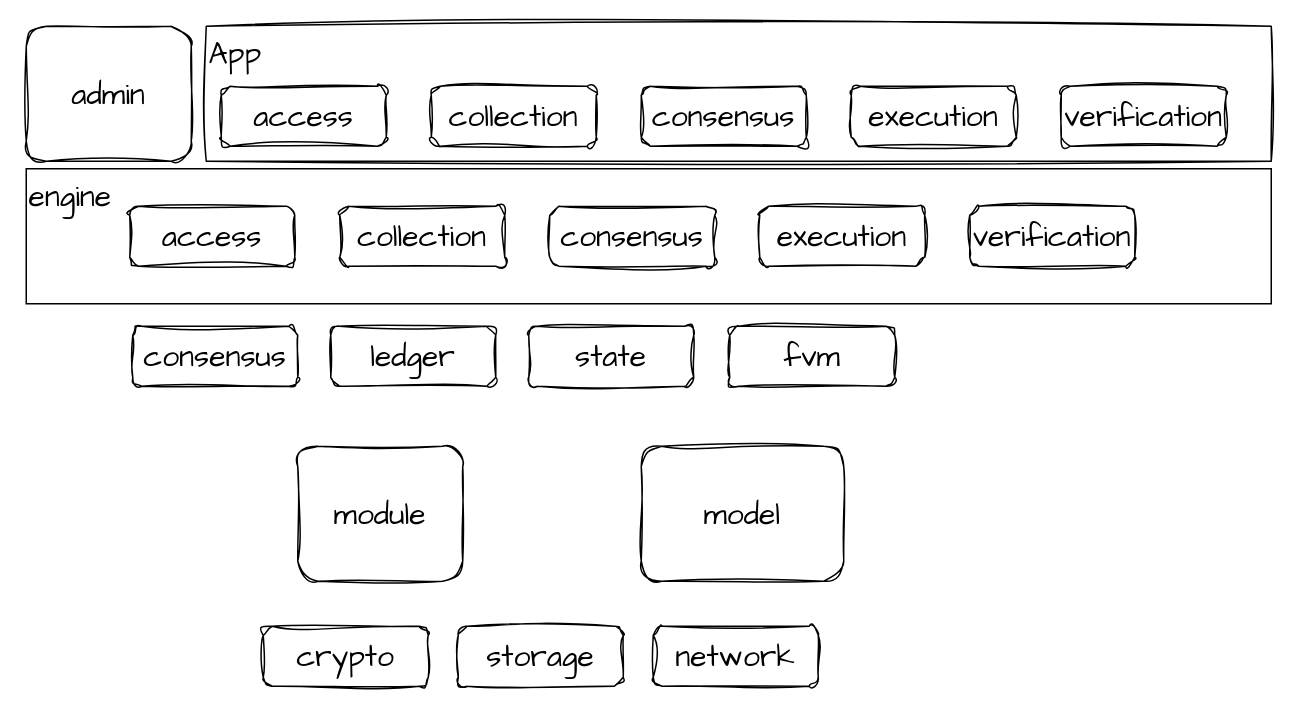
This is flow.drawio from shiqinfeng1/go-playground, a draw.io file, before an edit. Source tidied: cells renumbered, new cells numbered last; positions are measured from the earlier drawing's top-left corner, leaving out a move shared by most shapes. Both pictures are drawn from the tidied source at 150%, with x=0, y=0 at pixel (26, 26).
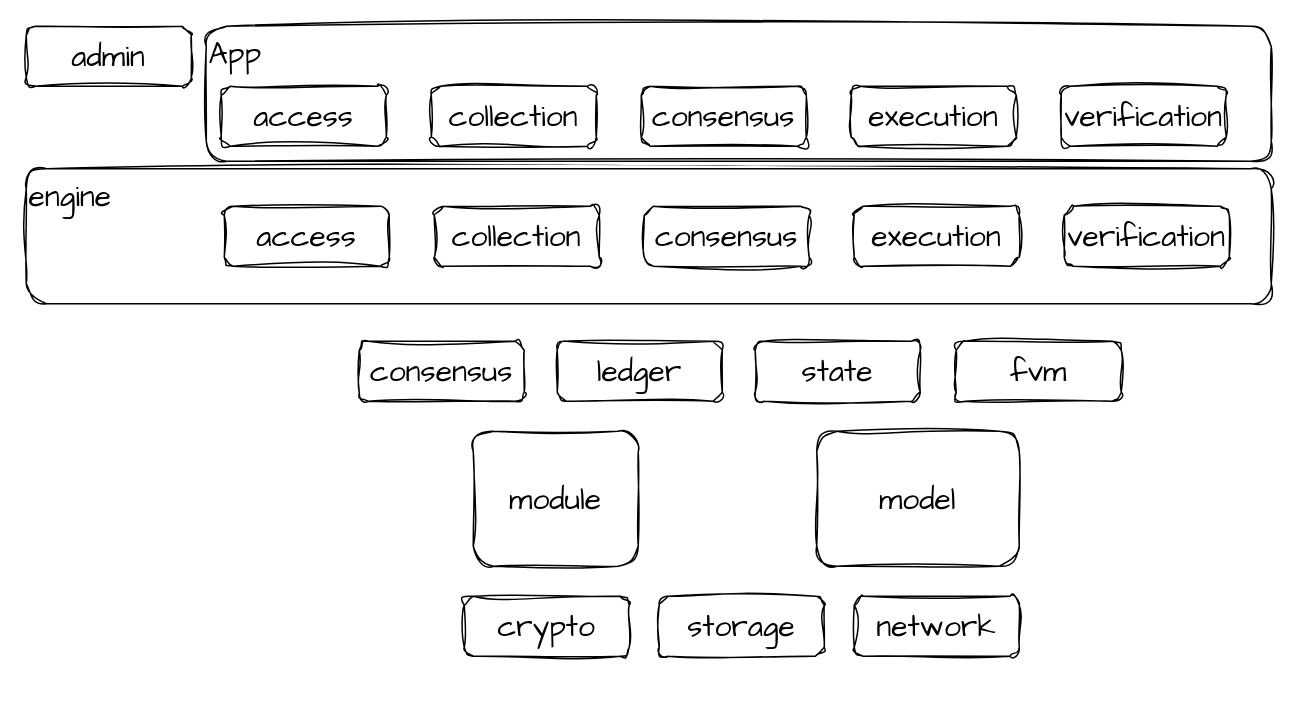
After the change.

Diff of the diagram source:
```diff
@@
-    <mxCell id="2" value="engine" style="rounded=0;whiteSpace=wrap;html=1;hachureGap=4;fontFamily=Architects Daughter;fontSize=20;align=left;verticalAlign=top;" parent="1" vertex="1">
+    <mxCell id="2" value="engine" style="rounded=1;whiteSpace=wrap;html=1;hachureGap=4;fontFamily=Architects Daughter;fontSize=20;align=left;verticalAlign=top;sketch=1;curveFitting=1;jiggle=2;" parent="1" vertex="1">
       <mxGeometry y="95" width="830" height="90" as="geometry" />
     </mxCell>
     <mxCell id="3" value="consensus" style="rounded=1;whiteSpace=wrap;html=1;sketch=1;hachureGap=4;jiggle=2;curveFitting=1;fontFamily=Architects Daughter;fontSize=20;" parent="1" vertex="1">
-      <mxGeometry x="71" y="200" width="110" height="40" as="geometry" />
+      <mxGeometry x="222" y="210" width="110" height="40" as="geometry" />
     </mxCell>
     <mxCell id="4" value="ledger" style="rounded=1;whiteSpace=wrap;html=1;sketch=1;hachureGap=4;jiggle=2;curveFitting=1;fontFamily=Architects Daughter;fontSize=20;" parent="1" vertex="1">
-      <mxGeometry x="203" y="200" width="110" height="40" as="geometry" />
+      <mxGeometry x="354" y="210" width="110" height="40" as="geometry" />
     </mxCell>
     <mxCell id="5" value="state" style="rounded=1;whiteSpace=wrap;html=1;sketch=1;hachureGap=4;jiggle=2;curveFitting=1;fontFamily=Architects Daughter;fontSize=20;" parent="1" vertex="1">
-      <mxGeometry x="335" y="200" width="110" height="40" as="geometry" />
+      <mxGeometry x="486" y="210" width="110" height="40" as="geometry" />
     </mxCell>
     <mxCell id="6" value="crypto" style="rounded=1;whiteSpace=wrap;html=1;sketch=1;hachureGap=4;jiggle=2;curveFitting=1;fontFamily=Architects Daughter;fontSize=20;" parent="1" vertex="1">
-      <mxGeometry x="158" y="400" width="110" height="40" as="geometry" />
+      <mxGeometry x="292" y="380" width="110" height="40" as="geometry" />
     </mxCell>
     <mxCell id="7" value="storage" style="rounded=1;whiteSpace=wrap;html=1;sketch=1;hachureGap=4;jiggle=2;curveFitting=1;fontFamily=Architects Daughter;fontSize=20;" parent="1" vertex="1">
-      <mxGeometry x="288" y="400" width="110" height="40" as="geometry" />
+      <mxGeometry x="422" y="380" width="110" height="40" as="geometry" />
     </mxCell>
     <mxCell id="8" value="network" style="rounded=1;whiteSpace=wrap;html=1;sketch=1;hachureGap=4;jiggle=2;curveFitting=1;fontFamily=Architects Daughter;fontSize=20;" parent="1" vertex="1">
-      <mxGeometry x="418" y="400" width="110" height="40" as="geometry" />
+      <mxGeometry x="552" y="380" width="110" height="40" as="geometry" />
     </mxCell>
     <mxCell id="9" value="fvm" style="rounded=1;whiteSpace=wrap;html=1;sketch=1;hachureGap=4;jiggle=2;curveFitting=1;fontFamily=Architects Daughter;fontSize=20;" parent="1" vertex="1">
-      <mxGeometry x="469" y="200" width="110" height="40" as="geometry" />
+      <mxGeometry x="620" y="210" width="110" height="40" as="geometry" />
     </mxCell>
     <mxCell id="10" value="access" style="rounded=1;whiteSpace=wrap;html=1;sketch=1;hachureGap=4;jiggle=2;curveFitting=1;fontFamily=Architects Daughter;fontSize=20;" parent="1" vertex="1">
-      <mxGeometry x="69" y="120" width="110" height="40" as="geometry" />
+      <mxGeometry x="132" y="120" width="110" height="40" as="geometry" />
     </mxCell>
     <mxCell id="11" value="collection" style="rounded=1;whiteSpace=wrap;html=1;sketch=1;hachureGap=4;jiggle=2;curveFitting=1;fontFamily=Architects Daughter;fontSize=20;" parent="1" vertex="1">
-      <mxGeometry x="209" y="120" width="110" height="40" as="geometry" />
+      <mxGeometry x="272" y="120" width="110" height="40" as="geometry" />
     </mxCell>
     <mxCell id="12" value="consensus" style="rounded=1;whiteSpace=wrap;html=1;sketch=1;hachureGap=4;jiggle=2;curveFitting=1;fontFamily=Architects Daughter;fontSize=20;" parent="1" vertex="1">
-      <mxGeometry x="349" y="120" width="110" height="40" as="geometry" />
+      <mxGeometry x="412" y="120" width="110" height="40" as="geometry" />
     </mxCell>
     <mxCell id="13" value="execution" style="rounded=1;whiteSpace=wrap;html=1;sketch=1;hachureGap=4;jiggle=2;curveFitting=1;fontFamily=Architects Daughter;fontSize=20;" parent="1" vertex="1">
-      <mxGeometry x="489" y="120" width="110" height="40" as="geometry" />
+      <mxGeometry x="552" y="120" width="110" height="40" as="geometry" />
     </mxCell>
     <mxCell id="14" value="verification" style="rounded=1;whiteSpace=wrap;html=1;sketch=1;hachureGap=4;jiggle=2;curveFitting=1;fontFamily=Architects Daughter;fontSize=20;" parent="1" vertex="1">
-      <mxGeometry x="629" y="120" width="110" height="40" as="geometry" />
+      <mxGeometry x="692" y="120" width="110" height="40" as="geometry" />
     </mxCell>
     <mxCell id="15" value="model" style="rounded=1;whiteSpace=wrap;html=1;sketch=1;hachureGap=4;jiggle=2;curveFitting=1;fontFamily=Architects Daughter;fontSize=20;" parent="1" vertex="1">
-      <mxGeometry x="410" y="280" width="135" height="90" as="geometry" />
+      <mxGeometry x="527" y="270" width="135" height="90" as="geometry" />
     </mxCell>
     <mxCell id="16" value="module" style="rounded=1;whiteSpace=wrap;html=1;sketch=1;hachureGap=4;jiggle=2;curveFitting=1;fontFamily=Architects Daughter;fontSize=20;align=center;verticalAlign=middle;" parent="1" vertex="1">
-      <mxGeometry x="181" y="280" width="110" height="90" as="geometry" />
+      <mxGeometry x="298" y="270" width="110" height="90" as="geometry" />
     </mxCell>
     <mxCell id="17" value="admin" style="rounded=1;whiteSpace=wrap;html=1;sketch=1;hachureGap=4;jiggle=2;curveFitting=1;fontFamily=Architects Daughter;fontSize=20;" parent="1" vertex="1">
-      <mxGeometry width="110" height="90" as="geometry" />
+      <mxGeometry width="110" height="40" as="geometry" />
     </mxCell>
-    <mxCell id="18" value="App" style="rounded=0;whiteSpace=wrap;html=1;hachureGap=4;fontFamily=Architects Daughter;fontSize=20;align=left;verticalAlign=top;sketch=1;curveFitting=1;jiggle=2;" parent="1" vertex="1">
+    <mxCell id="18" value="App" style="rounded=1;whiteSpace=wrap;html=1;hachureGap=4;fontFamily=Architects Daughter;fontSize=20;align=left;verticalAlign=top;sketch=1;curveFitting=1;jiggle=2;" parent="1" vertex="1">
       <mxGeometry x="120" width="710" height="90" as="geometry" />
     </mxCell>
```
